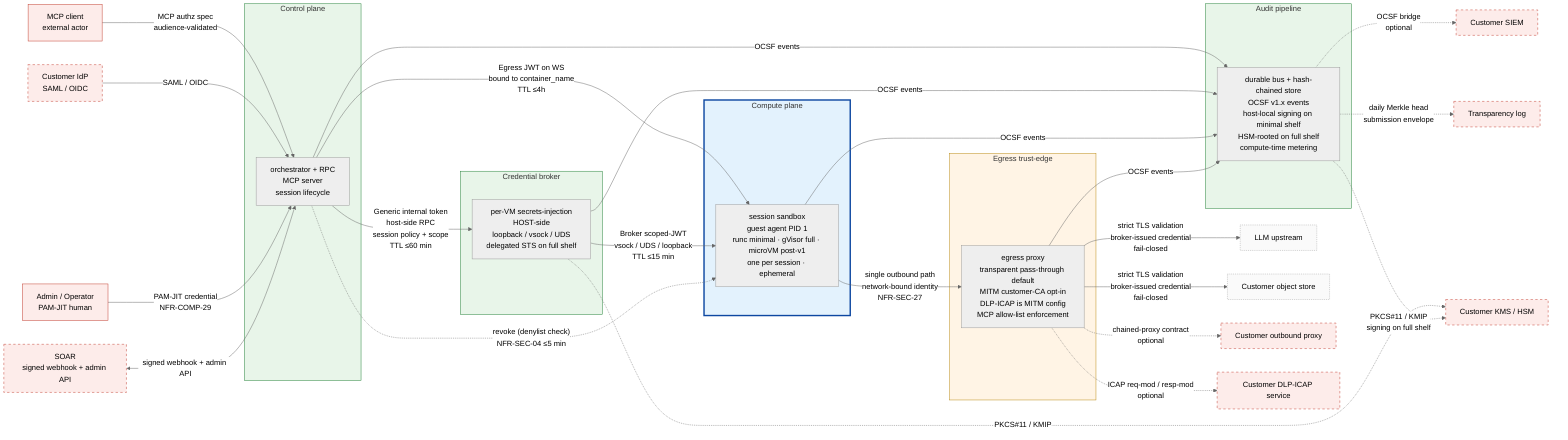
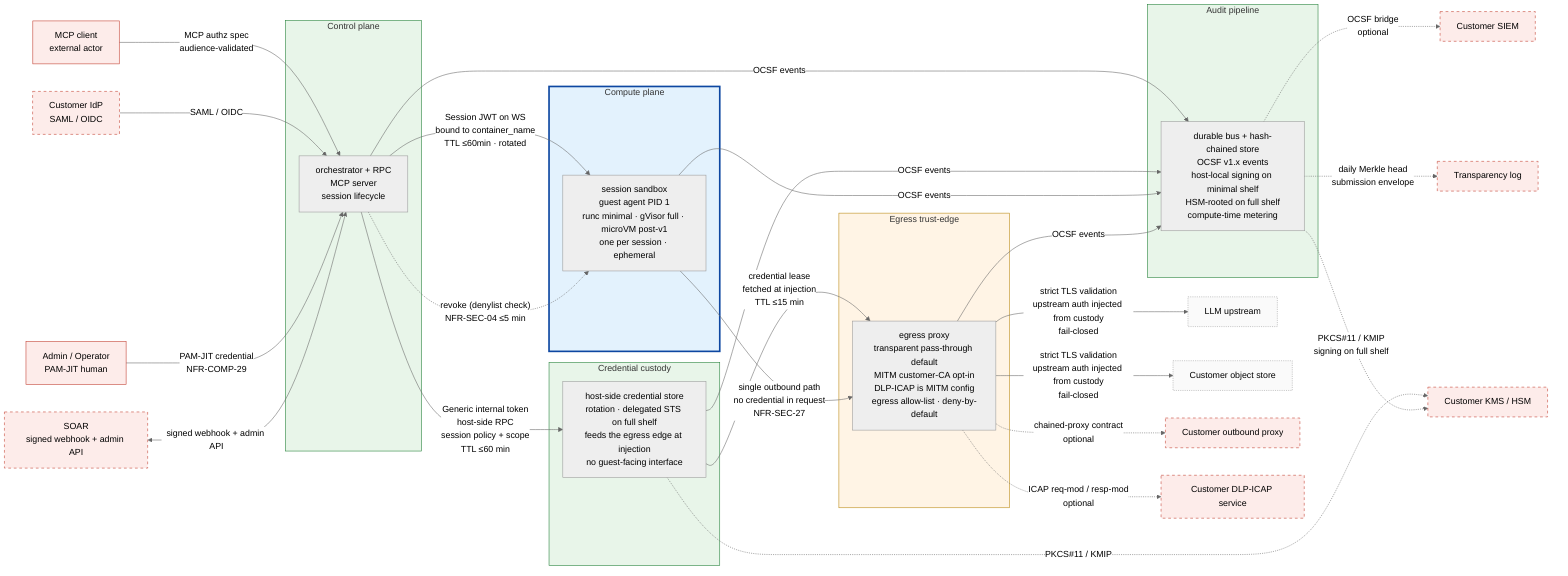
%% SPDX-License-Identifier: FSL-1.1-Apache-2.0
%% Copyright (c) 2025 Open Computer Use Contributors
%% Canonical Layer 3 trust-zone diagram. Referenced from docs/architecture/02-trust-boundaries.md §5.
%% Convention: solid subgraph border = always present; dashed border = optional configuration.
%% Palette (project convention): red untrusted / amber semi-trusted / green trusted / blue isolated.

%%{init: {"theme": "neutral"} }%%
flowchart LR

    %% ─── external actors (untrusted; rendered as plain nodes, not subgraphs) ───
    MCPC[MCP client<br/>external actor]:::ext
    IDP[Customer IdP<br/>SAML / OIDC]:::extOpt
    LLM[LLM upstream]:::endpoint
    OBJ[Customer object store]:::endpoint
    CPROXY[Customer outbound proxy]:::extOpt
    ICAP[Customer DLP-ICAP service]:::extOpt
    SIEM[Customer SIEM]:::extOpt
    KMS[Customer KMS / HSM]:::extOpt
    SOAR[SOAR<br/>signed webhook + admin API]:::extOpt
    OPER[Admin / Operator<br/>PAM-JIT human]:::ext
    TLOG[Transparency log]:::extOpt

    %% ─── our zones ───
    subgraph CP[Control plane]
        ORCH[orchestrator + RPC<br/>MCP server<br/>session lifecycle]
    end

-     subgraph BROKER[Credential broker]
-         BR[per-VM secrets-injection<br/>HOST-side<br/>loopback / vsock / UDS<br/>delegated STS on full shelf]
+     subgraph BROKER[Credential custody]
+         BR[host-side credential store<br/>rotation · delegated STS on full shelf<br/>feeds the egress edge at injection<br/>no guest-facing interface]
    end

    subgraph COMPUTE[Compute plane]
        VM[session sandbox<br/>guest agent PID 1<br/>runc minimal · gVisor full · microVM post-v1<br/>one per session · ephemeral]
    end

    subgraph EDGE[Egress trust-edge]
-         PROXY[egress proxy<br/>transparent pass-through default<br/>MITM customer-CA opt-in<br/>DLP-ICAP is MITM config<br/>MCP allow-list enforcement]
+         PROXY[egress proxy<br/>transparent pass-through default<br/>MITM customer-CA opt-in<br/>DLP-ICAP is MITM config<br/>egress allow-list · deny-by-default]
    end

    subgraph AUDIT[Audit pipeline]
        BUS[durable bus + hash-chained store<br/>OCSF v1.x events<br/>host-local signing on minimal shelf<br/>HSM-rooted on full shelf<br/>compute-time metering]
    end

    %% ─── inbound edges ───
    MCPC -->|"MCP authz spec<br/>audience-validated"| ORCH
    IDP -->|SAML / OIDC| ORCH
    OPER -->|PAM-JIT credential<br/>NFR-COMP-29| ORCH
    SOAR <-->|signed webhook + admin API| ORCH

    %% ─── internal edges (encrypted in transit; NFR-SEC-37) ───
    ORCH -->|"Generic internal token<br/>host-side RPC<br/>session policy + scope<br/>TTL ≤60 min"| BR
-     ORCH -->|"Egress JWT on WS<br/>bound to container_name<br/>TTL ≤4h"| VM
-     BR -->|"Broker scoped-JWT<br/>vsock / UDS / loopback<br/>TTL ≤15 min"| VM
+     ORCH -->|"Session JWT on WS<br/>bound to container_name<br/>TTL ≤60min · rotated"| VM
+     BR -->|"credential lease<br/>fetched at injection<br/>TTL ≤15 min"| PROXY

    %% ─── revoke channel (denylist; independent of IdP reachability) ───
-     %% Compute plane gets a direct denylist check (Egress JWT TTL ≤4h needs it);
-     %% Egress trust-edge revoke is indirect via Credential broker scoped-JWT
-     %% non-reissue (TTL ≤15 min caps propagation), so no direct ORCH→PROXY edge.
+     %% Compute plane gets a direct denylist check (Session JWT TTL ≤60min needs it);
+     %% Egress trust-edge revoke = the edge stops injecting upstream auth for a
+     %% revoked session; the credential-lease TTL (≤15 min) caps how long an
+     %% already-fetched credential survives, so no direct ORCH→PROXY edge.
    ORCH -.->|"revoke (denylist check)<br/>NFR-SEC-04 ≤5 min"| VM

    %% ─── egress edges ───
-     VM -->|"single outbound path<br/>network-bound identity<br/>NFR-SEC-27"| PROXY
-     PROXY -->|"strict TLS validation<br/>broker-issued credential<br/>fail-closed"| LLM
-     PROXY -->|"strict TLS validation<br/>broker-issued credential<br/>fail-closed"| OBJ
+     VM -->|"single outbound path<br/>no credential in request<br/>NFR-SEC-27"| PROXY
+     PROXY -->|"strict TLS validation<br/>upstream auth injected from custody<br/>fail-closed"| LLM
+     PROXY -->|"strict TLS validation<br/>upstream auth injected from custody<br/>fail-closed"| OBJ
    PROXY -.->|"chained-proxy contract<br/>optional"| CPROXY
    PROXY -.->|"ICAP req-mod / resp-mod<br/>optional"| ICAP

    %% ─── audit edges (every named zone emits OCSF events) ───
    ORCH -->|OCSF events| BUS
    BR -->|OCSF events| BUS
    VM -->|OCSF events| BUS
    PROXY -->|OCSF events| BUS

    %% ─── audit egress ───
    BUS -.->|"OCSF bridge<br/>optional"| SIEM
    BUS -.->|"daily Merkle head<br/>submission envelope"| TLOG

    %% ─── KMS path (optional, full-capability shelf only) ───
    BR -.->|"PKCS#11 / KMIP"| KMS
    BUS -.->|"PKCS#11 / KMIP<br/>signing on full shelf"| KMS

    %% ─── styling (project palette: red untrusted / amber semi-trusted / green trusted / blue isolated) ───
    classDef ext fill:#fdecea,stroke:#c0392b,stroke-width:1px;
    classDef extOpt fill:#fdecea,stroke:#c0392b,stroke-dasharray: 5 5;
    classDef endpoint fill:#fafafa,stroke:#9e9e9e,stroke-dasharray: 2 2;
    style CP fill:#e8f5e9,stroke:#1e7e34,stroke-width:1px;
    style BROKER fill:#e8f5e9,stroke:#1e7e34,stroke-width:1px;
    style COMPUTE fill:#e3f2fd,stroke:#0d47a1,stroke-width:3px;
    style EDGE fill:#fff4e5,stroke:#b8860b,stroke-width:1px;
    style AUDIT fill:#e8f5e9,stroke:#1e7e34,stroke-width:1px;
